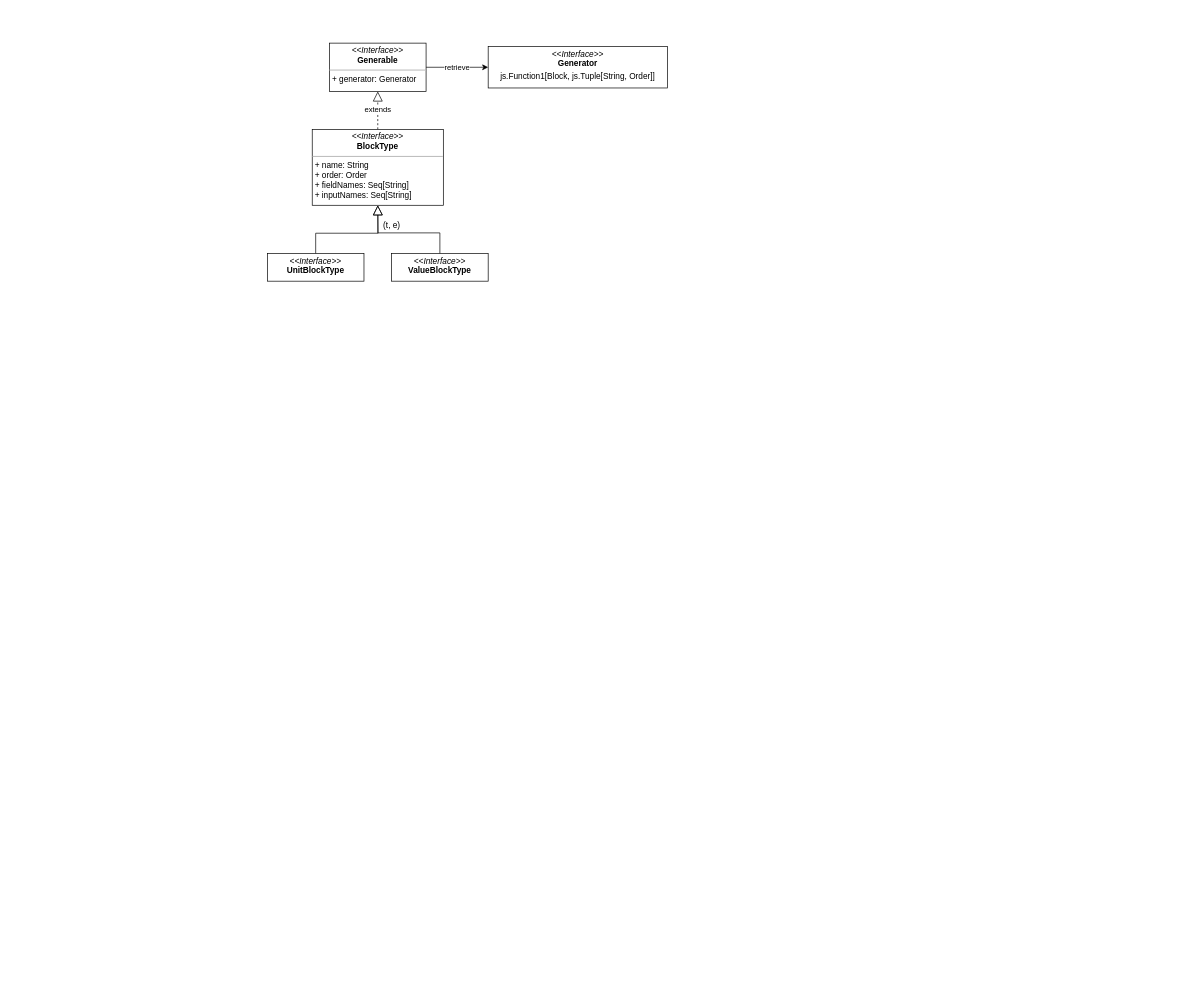
The draw.io diagram page "Page-1" (1 of 5) of design.drawio in cric96/ScaFi-Blocks, before the edit. Source tidied: cells renumbered, new cells numbered last; positions are measured from the earlier drawing's top-left corner, leaving out a move shared by most shapes. Both pictures are drawn from the tidied source at 69%, with x=0, y=0 at pixel (267, 43).
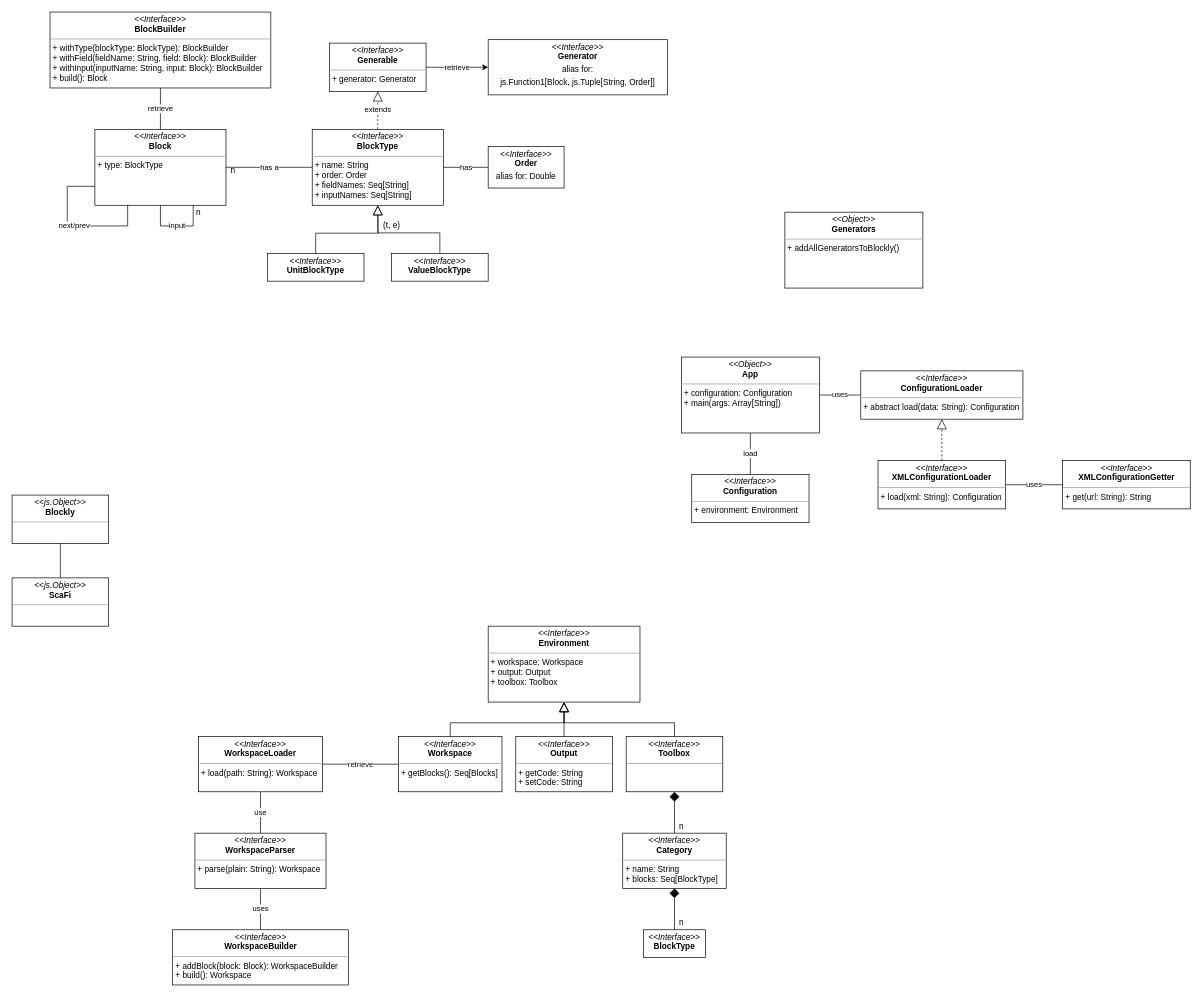
The same diagram, later.

The change refers to these unchanged cells:
```xml
<mxCell id="6" value="&lt;p style=&quot;margin: 0px ; margin-top: 4px ; text-align: center&quot;&gt;&lt;i&gt;&amp;lt;&amp;lt;Interface&amp;gt;&amp;gt;&lt;/i&gt;&lt;br&gt;&lt;b&gt;BlockType&lt;/b&gt;&lt;/p&gt;&lt;hr size=&quot;1&quot;&gt;&lt;p style=&quot;margin: 0px ; margin-left: 4px&quot;&gt;+ name: String&lt;/p&gt;&lt;p style=&quot;margin: 0px ; margin-left: 4px&quot;&gt;+ order: Order&lt;/p&gt;&lt;p style=&quot;margin: 0px ; margin-left: 4px&quot;&gt;+ fieldNames: Seq[String]&lt;/p&gt;&lt;p style=&quot;margin: 0px ; margin-left: 4px&quot;&gt;+ inputNames: Seq[String]&lt;/p&gt;" style="verticalAlign=top;align=left;overflow=fill;fontSize=12;fontFamily=Helvetica;html=1;" parent="1" vertex="1">
  <mxGeometry x="65" y="125" width="190" height="110" as="geometry" />
</mxCell>
```

The edit, as a diff of the source:
```diff
@@
-    <mxCell id="4" value="&lt;p style=&quot;margin: 0px ; margin-top: 4px ; text-align: center&quot;&gt;&lt;i&gt;&amp;lt;&amp;lt;Interface&amp;gt;&amp;gt;&lt;/i&gt;&lt;br&gt;&lt;b&gt;Generator&lt;/b&gt;&lt;/p&gt;&lt;p style=&quot;margin: 0px ; margin-top: 4px ; text-align: center&quot;&gt;js.Function1[Block, js.Tuple[String, Order]]&lt;/p&gt;" style="verticalAlign=top;align=left;overflow=fill;fontSize=12;fontFamily=Helvetica;html=1;" parent="1" vertex="1">
-      <mxGeometry x="320" y="5" width="260" height="60" as="geometry" />
+    <mxCell id="4" value="&lt;p style=&quot;margin: 0px ; margin-top: 4px ; text-align: center&quot;&gt;&lt;i&gt;&amp;lt;&amp;lt;Interface&amp;gt;&amp;gt;&lt;/i&gt;&lt;br&gt;&lt;b&gt;Generator&lt;/b&gt;&lt;/p&gt;&lt;p style=&quot;margin: 0px ; margin-top: 4px ; text-align: center&quot;&gt;alias for:&lt;/p&gt;&lt;p style=&quot;margin: 0px ; margin-top: 4px ; text-align: center&quot;&gt;js.Function1[Block, js.Tuple[String, Order]]&lt;/p&gt;" style="verticalAlign=top;align=left;overflow=fill;fontSize=12;fontFamily=Helvetica;html=1;" parent="1" vertex="1">
+      <mxGeometry x="320" y="-5" width="260" height="80" as="geometry" />
     </mxCell>
@@
+    <mxCell id="12" value="has" style="edgeStyle=orthogonalEdgeStyle;rounded=0;jettySize=auto;html=1;exitX=1;exitY=0.5;exitDx=0;exitDy=0;entryX=0;entryY=0.5;entryDx=0;entryDy=0;endArrow=none;endFill=0;endSize=12;" parent="1" edge="1" source="6" target="13">
+      <mxGeometry relative="1" as="geometry" />
+    </mxCell>
@@
+    <mxCell id="13" value="&lt;p style=&quot;margin: 0px ; margin-top: 4px ; text-align: center&quot;&gt;&lt;i&gt;&amp;lt;&amp;lt;Interface&amp;gt;&amp;gt;&lt;/i&gt;&lt;br&gt;&lt;b&gt;Order&lt;/b&gt;&lt;/p&gt;&lt;p style=&quot;margin: 0px ; margin-top: 4px ; text-align: center&quot;&gt;alias for: Double&lt;/p&gt;" style="verticalAlign=top;align=left;overflow=fill;fontSize=12;fontFamily=Helvetica;html=1;" parent="1" vertex="1">
+      <mxGeometry x="320" y="150" width="110" height="60" as="geometry" />
+    </mxCell>
+    <mxCell id="14" value="has a" style="edgeStyle=orthogonalEdgeStyle;rounded=0;jettySize=auto;html=1;exitX=1;exitY=0.5;exitDx=0;exitDy=0;entryX=0;entryY=0.5;entryDx=0;entryDy=0;endArrow=none;endFill=0;endSize=12;" parent="1" edge="1" source="15" target="6">
+      <mxGeometry relative="1" as="geometry" />
+    </mxCell>
+    <mxCell id="15" value="&lt;p style=&quot;margin: 0px ; margin-top: 4px ; text-align: center&quot;&gt;&lt;i&gt;&amp;lt;&amp;lt;Interface&amp;gt;&amp;gt;&lt;/i&gt;&lt;br&gt;&lt;b&gt;Block&lt;/b&gt;&lt;/p&gt;&lt;hr size=&quot;1&quot;&gt;&lt;p style=&quot;margin: 0px ; margin-left: 4px&quot;&gt;+ type: BlockType&lt;/p&gt;" style="verticalAlign=top;align=left;overflow=fill;fontSize=12;fontFamily=Helvetica;html=1;" parent="1" vertex="1">
+      <mxGeometry x="-250" y="125" width="190" height="110" as="geometry" />
+    </mxCell>
+    <mxCell id="16" value="n" style="text;html=1;align=center;verticalAlign=middle;strokeColor=none;fillColor=none;" parent="1" vertex="1">
+      <mxGeometry x="-60" y="175" width="20" height="20" as="geometry" />
+    </mxCell>
+    <mxCell id="17" value="load" style="edgeStyle=orthogonalEdgeStyle;rounded=0;jettySize=auto;html=1;exitX=0.5;exitY=1;exitDx=0;exitDy=0;entryX=0.5;entryY=0;entryDx=0;entryDy=0;endArrow=none;endFill=0;endSize=12;" parent="1" edge="1" source="19" target="21">
+      <mxGeometry relative="1" as="geometry" />
+    </mxCell>
+    <mxCell id="18" value="uses" style="edgeStyle=orthogonalEdgeStyle;rounded=0;jettySize=auto;html=1;exitX=1;exitY=0.5;exitDx=0;exitDy=0;entryX=0;entryY=0.5;entryDx=0;entryDy=0;startArrow=none;startFill=0;endArrow=none;endFill=0;startSize=12;endSize=12;" parent="1" edge="1" source="19" target="38">
+      <mxGeometry relative="1" as="geometry" />
+    </mxCell>
+    <mxCell id="19" value="&lt;p style=&quot;margin: 0px ; margin-top: 4px ; text-align: center&quot;&gt;&lt;i&gt;&amp;lt;&amp;lt;Object&amp;gt;&amp;gt;&lt;/i&gt;&lt;br&gt;&lt;b&gt;App&lt;/b&gt;&lt;/p&gt;&lt;hr size=&quot;1&quot;&gt;&lt;p style=&quot;margin: 0px ; margin-left: 4px&quot;&gt;+ configuration: Configuration&lt;/p&gt;&lt;p style=&quot;margin: 0px ; margin-left: 4px&quot;&gt;+ main(args: Array[String])&amp;nbsp;&lt;/p&gt;&lt;p style=&quot;margin: 0px ; margin-left: 4px&quot;&gt;&lt;br&gt;&lt;/p&gt;" style="verticalAlign=top;align=left;overflow=fill;fontSize=12;fontFamily=Helvetica;html=1;" parent="1" vertex="1">
+      <mxGeometry x="600" y="455" width="200" height="110" as="geometry" />
+    </mxCell>
+    <mxCell id="20" value="&lt;p style=&quot;margin: 0px ; margin-top: 4px ; text-align: center&quot;&gt;&lt;i&gt;&amp;lt;&amp;lt;Object&amp;gt;&amp;gt;&lt;/i&gt;&lt;br&gt;&lt;b&gt;Generators&lt;/b&gt;&lt;/p&gt;&lt;hr size=&quot;1&quot;&gt;&lt;p style=&quot;margin: 0px ; margin-left: 4px&quot;&gt;+ addAllGeneratorsToBlockly()&lt;/p&gt;" style="verticalAlign=top;align=left;overflow=fill;fontSize=12;fontFamily=Helvetica;html=1;" parent="1" vertex="1">
+      <mxGeometry x="750" y="245" width="200" height="110" as="geometry" />
+    </mxCell>
+    <mxCell id="21" value="&lt;p style=&quot;margin: 0px ; margin-top: 4px ; text-align: center&quot;&gt;&lt;i&gt;&amp;lt;&amp;lt;Interface&amp;gt;&amp;gt;&lt;/i&gt;&lt;br&gt;&lt;b&gt;Configuration&lt;/b&gt;&lt;/p&gt;&lt;hr size=&quot;1&quot;&gt;&lt;p style=&quot;margin: 0px ; margin-left: 4px&quot;&gt;+ environment: Environment&lt;/p&gt;" style="verticalAlign=top;align=left;overflow=fill;fontSize=12;fontFamily=Helvetica;html=1;" parent="1" vertex="1">
+      <mxGeometry x="615" y="625" width="170" height="70" as="geometry" />
+    </mxCell>
+    <mxCell id="22" value="&lt;p style=&quot;margin: 0px ; margin-top: 4px ; text-align: center&quot;&gt;&lt;i&gt;&amp;lt;&amp;lt;Interface&amp;gt;&amp;gt;&lt;/i&gt;&lt;br&gt;&lt;span style=&quot;text-align: left&quot;&gt;&lt;b&gt;Environment&lt;/b&gt;&lt;/span&gt;&lt;br&gt;&lt;/p&gt;&lt;hr size=&quot;1&quot;&gt;&lt;p style=&quot;margin: 0px ; margin-left: 4px&quot;&gt;+ workspace: Workspace&lt;/p&gt;&lt;p style=&quot;margin: 0px ; margin-left: 4px&quot;&gt;+ output: Output&lt;/p&gt;&lt;p style=&quot;margin: 0px ; margin-left: 4px&quot;&gt;+ toolbox: Toolbox&lt;/p&gt;" style="verticalAlign=top;align=left;overflow=fill;fontSize=12;fontFamily=Helvetica;html=1;" parent="1" vertex="1">
+      <mxGeometry x="320" y="845" width="220" height="110" as="geometry" />
+    </mxCell>
+    <mxCell id="23" style="edgeStyle=orthogonalEdgeStyle;rounded=0;jettySize=auto;html=1;exitX=0.5;exitY=0;exitDx=0;exitDy=0;entryX=0.5;entryY=1;entryDx=0;entryDy=0;endArrow=block;endFill=0;endSize=12;" parent="1" edge="1" source="24" target="22">
+      <mxGeometry relative="1" as="geometry" />
+    </mxCell>
+    <mxCell id="24" value="&lt;p style=&quot;margin: 0px ; margin-top: 4px ; text-align: center&quot;&gt;&lt;i&gt;&amp;lt;&amp;lt;Interface&amp;gt;&amp;gt;&lt;/i&gt;&lt;br&gt;&lt;b&gt;Workspace&lt;/b&gt;&lt;/p&gt;&lt;hr size=&quot;1&quot;&gt;&lt;p style=&quot;margin: 0px ; margin-left: 4px&quot;&gt;&lt;span&gt;+ getBlocks(): Seq[Blocks]&lt;/span&gt;&lt;br&gt;&lt;/p&gt;" style="verticalAlign=top;align=left;overflow=fill;fontSize=12;fontFamily=Helvetica;html=1;" parent="1" vertex="1">
+      <mxGeometry x="190" y="1005" width="150" height="80" as="geometry" />
+    </mxCell>
+    <mxCell id="25" style="edgeStyle=orthogonalEdgeStyle;rounded=0;jettySize=auto;html=1;exitX=0.5;exitY=0;exitDx=0;exitDy=0;endArrow=block;endFill=0;endSize=12;" parent="1" edge="1" source="26">
+      <mxGeometry relative="1" as="geometry">
+        <mxPoint x="430" y="955" as="targetPoint" />
+      </mxGeometry>
+    </mxCell>
+    <mxCell id="26" value="&lt;p style=&quot;margin: 0px ; margin-top: 4px ; text-align: center&quot;&gt;&lt;i&gt;&amp;lt;&amp;lt;Interface&amp;gt;&amp;gt;&lt;/i&gt;&lt;br&gt;&lt;b&gt;Output&lt;/b&gt;&lt;/p&gt;&lt;hr size=&quot;1&quot;&gt;&lt;p style=&quot;margin: 0px 0px 0px 4px&quot;&gt;+ getCode: String&lt;/p&gt;&lt;p style=&quot;margin: 0px 0px 0px 4px&quot;&gt;+ setCode: String&lt;/p&gt;" style="verticalAlign=top;align=left;overflow=fill;fontSize=12;fontFamily=Helvetica;html=1;" parent="1" vertex="1">
+      <mxGeometry x="360" y="1005" width="140" height="80" as="geometry" />
+    </mxCell>
+    <mxCell id="27" style="edgeStyle=orthogonalEdgeStyle;rounded=0;jettySize=auto;html=1;exitX=0.5;exitY=0;exitDx=0;exitDy=0;entryX=0.5;entryY=1;entryDx=0;entryDy=0;endArrow=block;endFill=0;endSize=12;" parent="1" edge="1" source="29" target="22">
+      <mxGeometry relative="1" as="geometry" />
+    </mxCell>
+    <mxCell id="28" style="edgeStyle=orthogonalEdgeStyle;rounded=0;jettySize=auto;html=1;exitX=0.5;exitY=1;exitDx=0;exitDy=0;endArrow=none;endFill=0;endSize=12;startArrow=diamond;startFill=1;startSize=12;" parent="1" edge="1" source="29" target="31">
+      <mxGeometry relative="1" as="geometry" />
+    </mxCell>
+    <mxCell id="29" value="&lt;p style=&quot;margin: 0px ; margin-top: 4px ; text-align: center&quot;&gt;&lt;i&gt;&amp;lt;&amp;lt;Interface&amp;gt;&amp;gt;&lt;/i&gt;&lt;br&gt;&lt;b&gt;Toolbox&lt;/b&gt;&lt;/p&gt;&lt;hr size=&quot;1&quot;&gt;&lt;p style=&quot;margin: 0px ; margin-left: 4px&quot;&gt;&lt;br&gt;&lt;/p&gt;" style="verticalAlign=top;align=left;overflow=fill;fontSize=12;fontFamily=Helvetica;html=1;" parent="1" vertex="1">
+      <mxGeometry x="520" y="1005" width="140" height="80" as="geometry" />
+    </mxCell>
+    <mxCell id="30" style="edgeStyle=orthogonalEdgeStyle;rounded=0;jettySize=auto;html=1;exitX=0.5;exitY=1;exitDx=0;exitDy=0;entryX=0.5;entryY=0;entryDx=0;entryDy=0;startArrow=diamond;startFill=1;endArrow=none;endFill=0;startSize=12;endSize=12;" parent="1" edge="1" source="31" target="33">
+      <mxGeometry relative="1" as="geometry" />
+    </mxCell>
+    <mxCell id="31" value="&lt;p style=&quot;margin: 0px ; margin-top: 4px ; text-align: center&quot;&gt;&lt;i&gt;&amp;lt;&amp;lt;Interface&amp;gt;&amp;gt;&lt;/i&gt;&lt;br&gt;&lt;b&gt;Category&lt;/b&gt;&lt;/p&gt;&lt;hr size=&quot;1&quot;&gt;&lt;p style=&quot;margin: 0px ; margin-left: 4px&quot;&gt;+ name: String&lt;/p&gt;&lt;p style=&quot;margin: 0px ; margin-left: 4px&quot;&gt;+ blocks: Seq[BlockType]&lt;/p&gt;" style="verticalAlign=top;align=left;overflow=fill;fontSize=12;fontFamily=Helvetica;html=1;" parent="1" vertex="1">
+      <mxGeometry x="515" y="1145" width="150" height="80" as="geometry" />
+    </mxCell>
+    <mxCell id="32" value="n" style="text;html=1;align=center;verticalAlign=middle;strokeColor=none;fillColor=none;" parent="1" vertex="1">
+      <mxGeometry x="590" y="1125" width="20" height="20" as="geometry" />
+    </mxCell>
+    <mxCell id="33" value="&lt;p style=&quot;margin: 0px ; margin-top: 4px ; text-align: center&quot;&gt;&lt;i&gt;&amp;lt;&amp;lt;Interface&amp;gt;&amp;gt;&lt;/i&gt;&lt;br&gt;&lt;b&gt;BlockType&lt;/b&gt;&lt;/p&gt;&lt;p style=&quot;margin: 0px ; margin-left: 4px&quot;&gt;&lt;br&gt;&lt;/p&gt;" style="verticalAlign=top;align=left;overflow=fill;fontSize=12;fontFamily=Helvetica;html=1;" parent="1" vertex="1">
+      <mxGeometry x="545" y="1285" width="90" height="40" as="geometry" />
+    </mxCell>
+    <mxCell id="34" value="n" style="text;html=1;align=center;verticalAlign=middle;strokeColor=none;fillColor=none;" parent="1" vertex="1">
+      <mxGeometry x="590" y="1265" width="20" height="20" as="geometry" />
+    </mxCell>
+    <mxCell id="35" value="next/prev" style="edgeStyle=orthogonalEdgeStyle;rounded=0;orthogonalLoop=1;jettySize=auto;html=1;exitX=0.25;exitY=1;exitDx=0;exitDy=0;entryX=0;entryY=0.75;entryDx=0;entryDy=0;startArrow=none;startFill=0;endArrow=none;endFill=0;startSize=12;endSize=12;" parent="1" edge="1" source="15" target="15">
+      <mxGeometry relative="1" as="geometry">
+        <Array as="points">
+          <mxPoint x="-202" y="265" />
+          <mxPoint x="-290" y="265" />
+          <mxPoint x="-290" y="208" />
+        </Array>
+      </mxGeometry>
+    </mxCell>
+    <mxCell id="36" value="input" style="edgeStyle=orthogonalEdgeStyle;rounded=0;orthogonalLoop=1;jettySize=auto;html=1;exitX=0.5;exitY=1;exitDx=0;exitDy=0;entryX=0.75;entryY=1;entryDx=0;entryDy=0;startArrow=none;startFill=0;endArrow=none;endFill=0;startSize=12;endSize=12;" parent="1" edge="1" source="15" target="15">
+      <mxGeometry relative="1" as="geometry">
+        <Array as="points">
+          <mxPoint x="-155" y="265" />
+          <mxPoint x="-107" y="265" />
+        </Array>
+      </mxGeometry>
+    </mxCell>
+    <mxCell id="37" value="n" style="text;html=1;align=center;verticalAlign=middle;strokeColor=none;fillColor=none;" parent="1" vertex="1">
+      <mxGeometry x="-110" y="235" width="20" height="20" as="geometry" />
+    </mxCell>
+    <mxCell id="38" value="&lt;p style=&quot;margin: 4px 0px 0px ; text-align: center&quot;&gt;&lt;i&gt;&amp;lt;&amp;lt;Interface&amp;gt;&amp;gt;&lt;/i&gt;&lt;br&gt;&lt;span style=&quot;text-align: left&quot;&gt;&lt;b&gt;ConfigurationLoader&lt;/b&gt;&lt;/span&gt;&lt;br&gt;&lt;/p&gt;&lt;hr size=&quot;1&quot;&gt;&lt;p style=&quot;margin: 0px ; margin-left: 4px&quot;&gt;+ abstract load(data: String): Configuration&lt;/p&gt;" style="verticalAlign=top;align=left;overflow=fill;fontSize=12;fontFamily=Helvetica;html=1;" parent="1" vertex="1">
+      <mxGeometry x="860" y="475" width="235" height="70" as="geometry" />
+    </mxCell>
+    <mxCell id="39" style="edgeStyle=orthogonalEdgeStyle;rounded=0;jettySize=auto;html=1;exitX=0.5;exitY=0;exitDx=0;exitDy=0;entryX=0.5;entryY=1;entryDx=0;entryDy=0;startArrow=none;startFill=0;endArrow=block;endFill=0;startSize=12;endSize=12;dashed=1;" parent="1" edge="1" source="41" target="38">
+      <mxGeometry relative="1" as="geometry" />
+    </mxCell>
+    <mxCell id="40" value="uses" style="edgeStyle=orthogonalEdgeStyle;rounded=0;jettySize=auto;html=1;exitX=1;exitY=0.5;exitDx=0;exitDy=0;entryX=0;entryY=0.5;entryDx=0;entryDy=0;startArrow=none;startFill=0;endArrow=none;endFill=0;startSize=12;endSize=12;" parent="1" edge="1" source="41" target="42">
+      <mxGeometry relative="1" as="geometry" />
+    </mxCell>
+    <mxCell id="41" value="&lt;p style=&quot;margin: 4px 0px 0px ; text-align: center&quot;&gt;&lt;i&gt;&amp;lt;&amp;lt;Interface&amp;gt;&amp;gt;&lt;/i&gt;&lt;br&gt;&lt;span style=&quot;text-align: left&quot;&gt;&lt;b&gt;XMLConfigurationLoader&lt;/b&gt;&lt;/span&gt;&lt;br&gt;&lt;/p&gt;&lt;hr size=&quot;1&quot;&gt;&lt;p style=&quot;margin: 0px ; margin-left: 4px&quot;&gt;+ load(xml: String): Configuration&lt;/p&gt;" style="verticalAlign=top;align=left;overflow=fill;fontSize=12;fontFamily=Helvetica;html=1;" parent="1" vertex="1">
+      <mxGeometry x="885" y="605" width="185" height="70" as="geometry" />
+    </mxCell>
+    <mxCell id="42" value="&lt;p style=&quot;margin: 4px 0px 0px ; text-align: center&quot;&gt;&lt;i&gt;&amp;lt;&amp;lt;Interface&amp;gt;&amp;gt;&lt;/i&gt;&lt;br&gt;&lt;span style=&quot;text-align: left&quot;&gt;&lt;b&gt;XMLConfigurationGetter&lt;/b&gt;&lt;/span&gt;&lt;br&gt;&lt;/p&gt;&lt;hr size=&quot;1&quot;&gt;&lt;p style=&quot;margin: 0px ; margin-left: 4px&quot;&gt;+ get(url: String): String&lt;/p&gt;" style="verticalAlign=top;align=left;overflow=fill;fontSize=12;fontFamily=Helvetica;html=1;" parent="1" vertex="1">
+      <mxGeometry x="1152.5" y="605" width="185" height="70" as="geometry" />
+    </mxCell>
+    <mxCell id="43" value="retrieve" style="edgeStyle=orthogonalEdgeStyle;rounded=0;jettySize=auto;html=1;exitX=1;exitY=0.5;exitDx=0;exitDy=0;startArrow=none;startFill=0;endArrow=none;endFill=0;startSize=12;endSize=12;" parent="1" edge="1" source="45" target="24">
+      <mxGeometry relative="1" as="geometry" />
+    </mxCell>
+    <mxCell id="44" value="use" style="edgeStyle=orthogonalEdgeStyle;rounded=0;jettySize=auto;html=1;exitX=0.5;exitY=1;exitDx=0;exitDy=0;entryX=0.5;entryY=0;entryDx=0;entryDy=0;startArrow=none;startFill=0;endArrow=none;endFill=0;startSize=12;endSize=12;" parent="1" edge="1" source="45" target="47">
+      <mxGeometry relative="1" as="geometry" />
+    </mxCell>
+    <mxCell id="45" value="&lt;p style=&quot;margin: 0px ; margin-top: 4px ; text-align: center&quot;&gt;&lt;i&gt;&amp;lt;&amp;lt;Interface&amp;gt;&amp;gt;&lt;/i&gt;&lt;br&gt;&lt;b&gt;WorkspaceLoader&lt;/b&gt;&lt;/p&gt;&lt;hr size=&quot;1&quot;&gt;&lt;p style=&quot;margin: 0px ; margin-left: 4px&quot;&gt;&lt;span&gt;+ load(path: String): Workspace&lt;/span&gt;&lt;br&gt;&lt;/p&gt;" style="verticalAlign=top;align=left;overflow=fill;fontSize=12;fontFamily=Helvetica;html=1;" parent="1" vertex="1">
+      <mxGeometry x="-100" y="1005" width="180" height="80" as="geometry" />
+    </mxCell>
+    <mxCell id="46" value="uses" style="edgeStyle=orthogonalEdgeStyle;rounded=0;jettySize=auto;html=1;exitX=0.5;exitY=1;exitDx=0;exitDy=0;entryX=0.5;entryY=0;entryDx=0;entryDy=0;startArrow=none;startFill=0;endArrow=none;endFill=0;startSize=12;endSize=12;" parent="1" edge="1" source="47" target="48">
+      <mxGeometry relative="1" as="geometry" />
+    </mxCell>
+    <mxCell id="47" value="&lt;p style=&quot;margin: 0px ; margin-top: 4px ; text-align: center&quot;&gt;&lt;i&gt;&amp;lt;&amp;lt;Interface&amp;gt;&amp;gt;&lt;/i&gt;&lt;br&gt;&lt;b&gt;WorkspaceParser&lt;/b&gt;&lt;/p&gt;&lt;hr size=&quot;1&quot;&gt;&lt;p style=&quot;margin: 0px ; margin-left: 4px&quot;&gt;&lt;span&gt;+ parse(plain: String): Workspace&lt;/span&gt;&lt;br&gt;&lt;/p&gt;" style="verticalAlign=top;align=left;overflow=fill;fontSize=12;fontFamily=Helvetica;html=1;" parent="1" vertex="1">
+      <mxGeometry x="-105" y="1145" width="190" height="80" as="geometry" />
+    </mxCell>
+    <mxCell id="48" value="&lt;p style=&quot;margin: 0px ; margin-top: 4px ; text-align: center&quot;&gt;&lt;i&gt;&amp;lt;&amp;lt;Interface&amp;gt;&amp;gt;&lt;/i&gt;&lt;br&gt;&lt;b&gt;WorkspaceBuilder&lt;/b&gt;&lt;/p&gt;&lt;hr size=&quot;1&quot;&gt;&lt;p style=&quot;margin: 0px ; margin-left: 4px&quot;&gt;&lt;span&gt;+ addBlock(block: Block): WorkspaceBuilder&lt;/span&gt;&lt;br&gt;&lt;/p&gt;&lt;p style=&quot;margin: 0px ; margin-left: 4px&quot;&gt;&lt;span&gt;+ build(): Workspace&lt;/span&gt;&lt;/p&gt;" style="verticalAlign=top;align=left;overflow=fill;fontSize=12;fontFamily=Helvetica;html=1;" parent="1" vertex="1">
+      <mxGeometry x="-137.5" y="1285" width="255" height="80" as="geometry" />
+    </mxCell>
+    <mxCell id="49" style="edgeStyle=orthogonalEdgeStyle;rounded=0;jettySize=auto;html=1;exitX=0.5;exitY=1;exitDx=0;exitDy=0;entryX=0.5;entryY=0;entryDx=0;entryDy=0;startArrow=none;startFill=0;endArrow=none;endFill=0;startSize=12;endSize=12;" parent="1" edge="1" source="50" target="51">
+      <mxGeometry relative="1" as="geometry" />
+    </mxCell>
+    <mxCell id="50" value="&lt;p style=&quot;margin: 0px ; margin-top: 4px ; text-align: center&quot;&gt;&lt;i&gt;&amp;lt;&amp;lt;js.Object&amp;gt;&amp;gt;&lt;/i&gt;&lt;br&gt;&lt;b&gt;Blockly&lt;/b&gt;&lt;/p&gt;&lt;hr size=&quot;1&quot;&gt;&lt;p style=&quot;margin: 0px ; margin-left: 4px&quot;&gt;&lt;br&gt;&lt;/p&gt;" style="verticalAlign=top;align=left;overflow=fill;fontSize=12;fontFamily=Helvetica;html=1;" parent="1" vertex="1">
+      <mxGeometry x="-370" y="655" width="140" height="70" as="geometry" />
+    </mxCell>
+    <mxCell id="51" value="&lt;p style=&quot;margin: 0px ; margin-top: 4px ; text-align: center&quot;&gt;&lt;i&gt;&amp;lt;&amp;lt;js.Object&amp;gt;&amp;gt;&lt;/i&gt;&lt;br&gt;&lt;b&gt;ScaFi&lt;/b&gt;&lt;/p&gt;&lt;hr size=&quot;1&quot;&gt;&lt;p style=&quot;margin: 0px ; margin-left: 4px&quot;&gt;&lt;br&gt;&lt;/p&gt;" style="verticalAlign=top;align=left;overflow=fill;fontSize=12;fontFamily=Helvetica;html=1;" parent="1" vertex="1">
+      <mxGeometry x="-370" y="775" width="140" height="70" as="geometry" />
+    </mxCell>
+    <mxCell id="52" value="retrieve" style="edgeStyle=orthogonalEdgeStyle;rounded=0;jettySize=auto;html=1;exitX=0.5;exitY=1;exitDx=0;exitDy=0;entryX=0.5;entryY=0;entryDx=0;entryDy=0;startArrow=none;startFill=0;endArrow=none;endFill=0;startSize=12;endSize=12;" parent="1" edge="1" source="53" target="15">
+      <mxGeometry relative="1" as="geometry" />
+    </mxCell>
+    <mxCell id="53" value="&lt;p style=&quot;margin: 0px ; margin-top: 4px ; text-align: center&quot;&gt;&lt;i&gt;&amp;lt;&amp;lt;Interface&amp;gt;&amp;gt;&lt;/i&gt;&lt;br&gt;&lt;b&gt;BlockBuilder&lt;/b&gt;&lt;/p&gt;&lt;hr size=&quot;1&quot;&gt;&lt;p style=&quot;margin: 0px ; margin-left: 4px&quot;&gt;+ withType(blockType: BlockType): BlockBuilder&lt;/p&gt;&lt;p style=&quot;margin: 0px ; margin-left: 4px&quot;&gt;+ withField(fieldName: String, field: Block): BlockBuilder&lt;/p&gt;&lt;p style=&quot;margin: 0px ; margin-left: 4px&quot;&gt;+ withInput(inputName: String, input: Block): BlockBuilder&lt;/p&gt;&lt;p style=&quot;margin: 0px ; margin-left: 4px&quot;&gt;+ build(): Block&lt;/p&gt;" style="verticalAlign=top;align=left;overflow=fill;fontSize=12;fontFamily=Helvetica;html=1;" parent="1" vertex="1">
+      <mxGeometry x="-315" y="-45" width="320" height="110" as="geometry" />
+    </mxCell>
```
